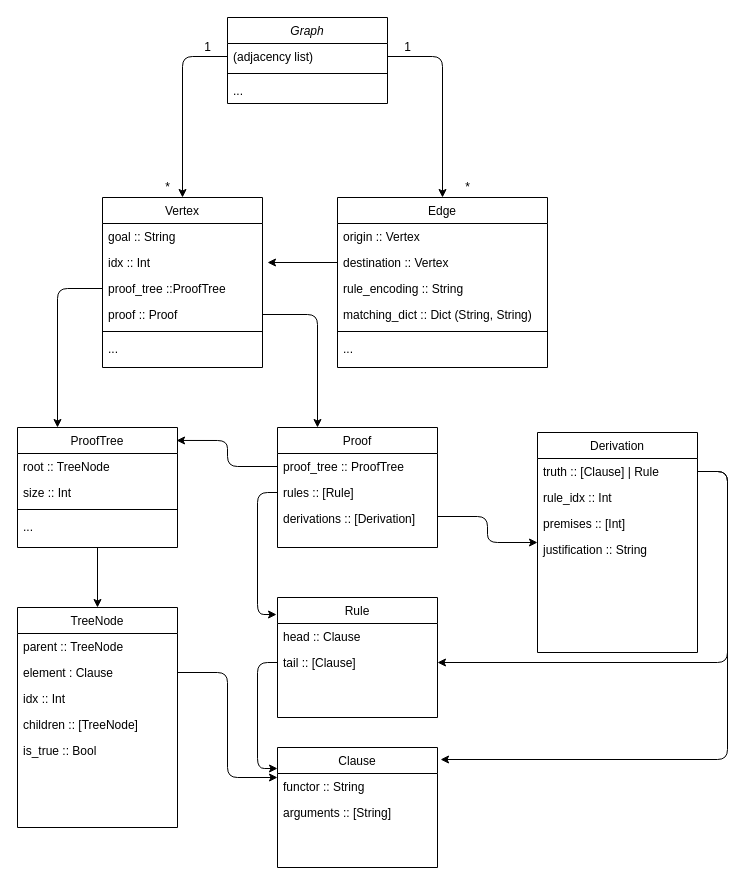
Above: Untitled Diagram.drawio in eileenwang1/Python-Prolog-Interpreter (draw.io), before the change. Source tidied: cells renumbered, new cells numbered last; positions are measured from the earlier drawing's top-left corner, leaving out a move shared by most shapes. Both pictures are drawn from the tidied source at 100%, with x=0, y=0 at pixel (17, 17).
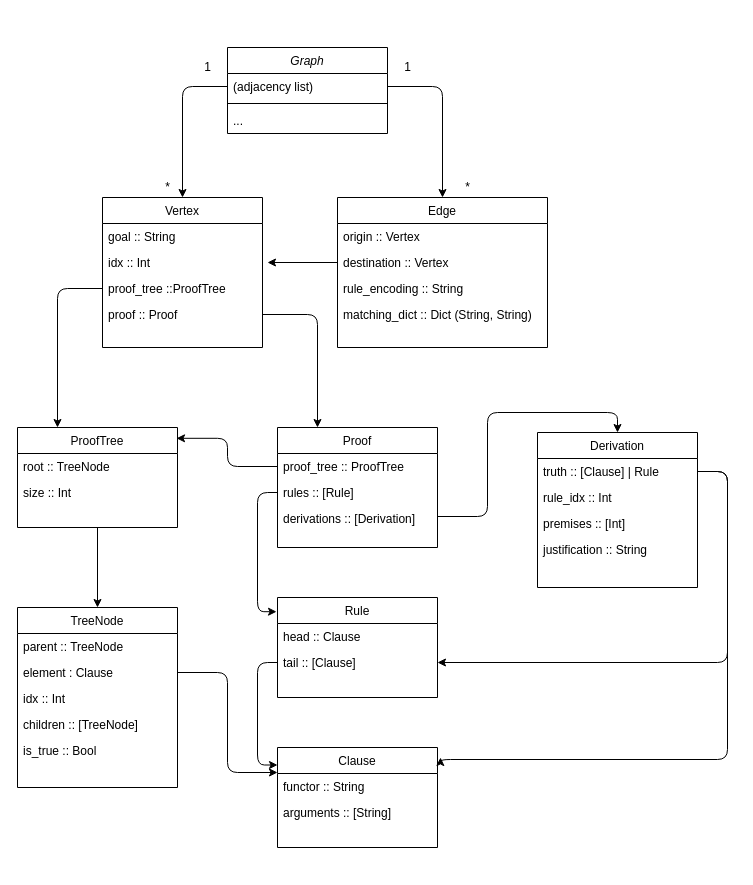
The same page after the edit.

Unchanged cells that the change refers to:
```xml
<mxCell id="41" value="derivations :: [Derivation]" style="text;align=left;verticalAlign=top;spacingLeft=4;spacingRight=4;overflow=hidden;points=[[0,0.5],[1,0.5]];portConstraint=eastwest;" parent="38" vertex="1">
  <mxGeometry y="78" width="160" height="22" as="geometry" />
</mxCell>
```

Diff of the diagram source:
```diff
@@
     <mxCell id="2" value="Graph" style="swimlane;fontStyle=2;align=center;verticalAlign=top;horizontal=1;startSize=26;shadow=0;strokeWidth=1;" parent="1" vertex="1">
-      <mxGeometry x="210" width="160" height="86" as="geometry" />
+      <mxGeometry x="210" y="30" width="160" height="86" as="geometry" />
     </mxCell>
@@
     <mxCell id="6" value="Vertex" style="swimlane;fontStyle=0;align=center;verticalAlign=top;horizontal=1;startSize=26;shadow=0;strokeWidth=1;" parent="1" vertex="1">
-      <mxGeometry x="85" y="180" width="160" height="170" as="geometry" />
+      <mxGeometry x="85" y="180" width="160" height="150" as="geometry" />
     </mxCell>
@@
-    <mxCell id="11" style="line;html=1;strokeWidth=1;align=left;verticalAlign=middle;spacingTop=-1;spacingLeft=3;spacingRight=3;labelPosition=right;" parent="6" vertex="1">
-      <mxGeometry y="130" width="160" height="8" as="geometry" />
-    </mxCell>
-    <mxCell id="12" value="..." style="text;align=left;verticalAlign=top;spacingLeft=4;spacingRight=4;overflow=hidden;" parent="6" vertex="1">
-      <mxGeometry y="138" width="160" height="26" as="geometry" />
-    </mxCell>
     <mxCell id="13" value="Edge" style="swimlane;fontStyle=0;align=center;verticalAlign=top;horizontal=1;startSize=26;shadow=0;strokeWidth=1;" parent="1" vertex="1">
-      <mxGeometry x="320" y="180" width="210" height="170" as="geometry" />
+      <mxGeometry x="320" y="180" width="210" height="150" as="geometry" />
     </mxCell>
@@
-    <mxCell id="18" style="line;html=1;strokeWidth=1;align=left;verticalAlign=middle;spacingTop=-1;spacingLeft=3;spacingRight=3;labelPosition=right;" parent="13" vertex="1">
-      <mxGeometry y="130" width="210" height="8" as="geometry" />
-    </mxCell>
-    <mxCell id="19" value="..." style="text;align=left;verticalAlign=top;spacingLeft=4;spacingRight=4;overflow=hidden;" parent="13" vertex="1">
-      <mxGeometry y="138" width="210" height="26" as="geometry" />
-    </mxCell>
@@
     <mxCell id="22" value="ProofTree" style="swimlane;fontStyle=0;align=center;verticalAlign=top;horizontal=1;startSize=26;shadow=0;strokeWidth=1;" parent="1" vertex="1">
-      <mxGeometry y="410" width="160" height="120" as="geometry" />
+      <mxGeometry y="410" width="160" height="100" as="geometry" />
     </mxCell>
@@
-    <mxCell id="25" style="line;html=1;strokeWidth=1;align=left;verticalAlign=middle;spacingTop=-1;spacingLeft=3;spacingRight=3;labelPosition=right;" parent="22" vertex="1">
-      <mxGeometry y="78" width="160" height="8" as="geometry" />
-    </mxCell>
-    <mxCell id="26" value="..." style="text;align=left;verticalAlign=top;spacingLeft=4;spacingRight=4;overflow=hidden;" parent="22" vertex="1">
-      <mxGeometry y="86" width="160" height="26" as="geometry" />
-    </mxCell>
     <mxCell id="27" value="TreeNode" style="swimlane;fontStyle=0;align=center;verticalAlign=top;horizontal=1;startSize=26;shadow=0;strokeWidth=1;" parent="1" vertex="1">
-      <mxGeometry y="590" width="160" height="220" as="geometry" />
+      <mxGeometry y="590" width="160" height="180" as="geometry" />
     </mxCell>
@@
     <mxCell id="36" value="1" style="text;html=1;align=center;verticalAlign=middle;strokeColor=none;" parent="1" vertex="1">
-      <mxGeometry x="180" y="20" width="20" height="20" as="geometry" />
+      <mxGeometry x="180" y="40" width="20" height="20" as="geometry" />
     </mxCell>
     <mxCell id="37" value="1" style="text;html=1;align=center;verticalAlign=middle;strokeColor=none;" parent="1" vertex="1">
-      <mxGeometry x="380" y="20" width="20" height="20" as="geometry" />
+      <mxGeometry x="380" y="40" width="20" height="20" as="geometry" />
     </mxCell>
@@
     <mxCell id="42" value="Derivation" style="swimlane;fontStyle=0;align=center;verticalAlign=top;horizontal=1;startSize=26;shadow=0;strokeWidth=1;" parent="1" vertex="1">
-      <mxGeometry x="520" y="415" width="160" height="220" as="geometry" />
+      <mxGeometry x="520" y="415" width="160" height="155" as="geometry" />
     </mxCell>
@@
     <mxCell id="47" value="Rule" style="swimlane;fontStyle=0;align=center;verticalAlign=top;horizontal=1;startSize=26;shadow=0;strokeWidth=1;" parent="1" vertex="1">
-      <mxGeometry x="260" y="580" width="160" height="120" as="geometry" />
+      <mxGeometry x="260" y="580" width="160" height="100" as="geometry" />
     </mxCell>
@@
     <mxCell id="50" value="Clause" style="swimlane;fontStyle=0;align=center;verticalAlign=top;horizontal=1;startSize=26;shadow=0;strokeWidth=1;" parent="1" vertex="1">
-      <mxGeometry x="260" y="730" width="160" height="120" as="geometry" />
+      <mxGeometry x="260" y="730" width="160" height="100" as="geometry" />
     </mxCell>
@@
-    <mxCell id="53" style="edgeStyle=orthogonalEdgeStyle;jettySize=auto;html=1;" parent="1" edge="1" source="41" target="42">
+    <mxCell id="53" style="edgeStyle=orthogonalEdgeStyle;jettySize=auto;html=1;entryX=0.5;entryY=0;entryDx=0;entryDy=0;" parent="1" edge="1" source="41" target="42">
       <mxGeometry relative="1" as="geometry" />
     </mxCell>
```
